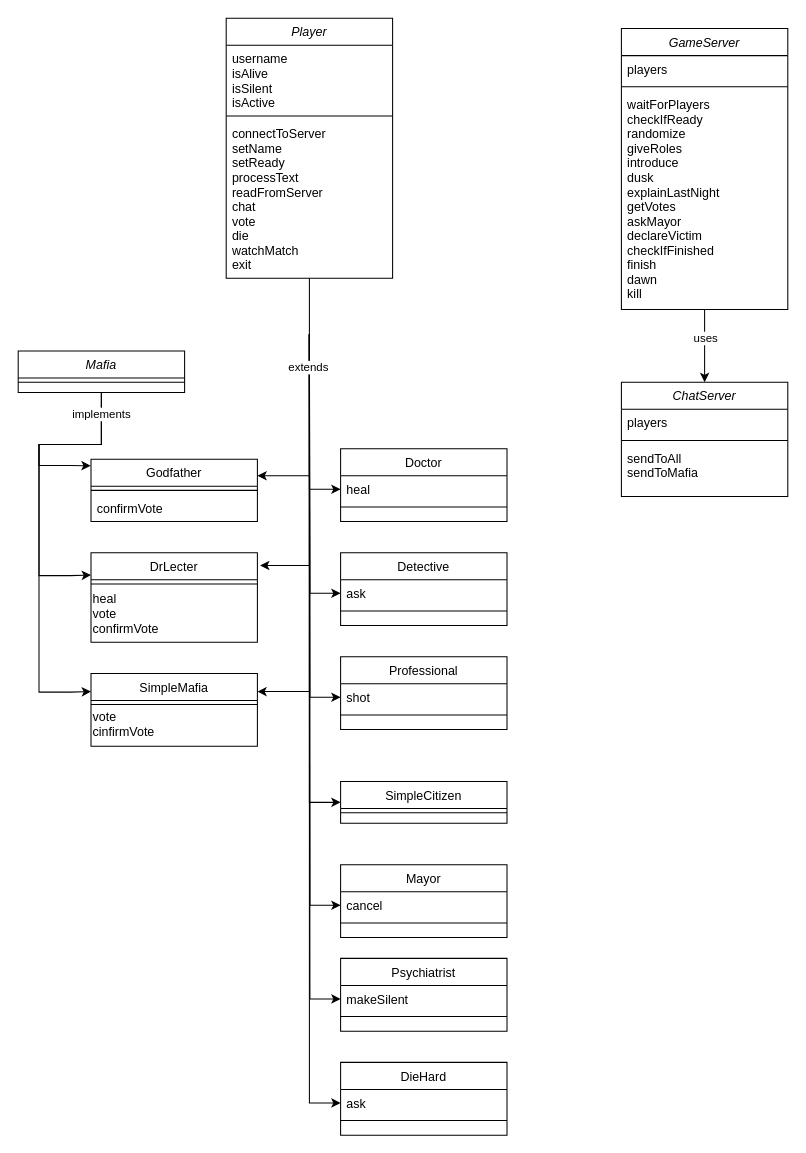
Above: Untitled Diagram.drawio in Taha-Elmi/Mafia (draw.io), before the change. Source tidied: cells renumbered, new cells numbered last; positions are measured from the earlier drawing's top-left corner, leaving out a move shared by most shapes. Both pictures are drawn from the tidied source at 104%, with x=0, y=0 at pixel (18, 18).
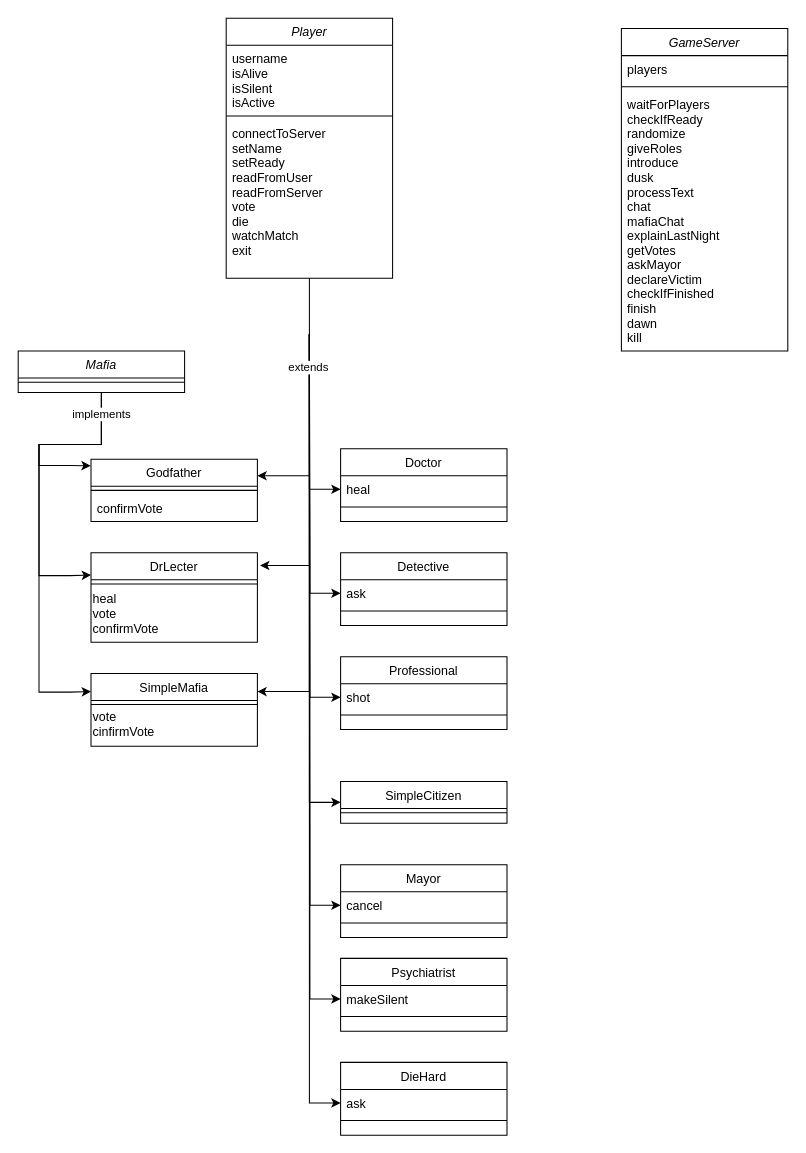
After the change.

Commit message:
processText has been moved to Server

Unchanged cells that the change refers to:
```xml
<mxCell id="2" value="Player" style="swimlane;fontStyle=2;align=center;verticalAlign=top;horizontal=1;startSize=26;rounded=0;shadow=0;strokeWidth=1;" parent="1" vertex="1">
  <mxGeometry x="200" width="160" height="250" as="geometry" />
</mxCell>
```

Change to the diagram source:
```diff
@@
-    <mxCell id="5" value="connectToServer&#10;setName&#10;setReady&#10;processText&#10;readFromServer&#10;chat&#10;vote&#10;die&#10;watchMatch&#10;exit" style="text;align=left;verticalAlign=top;spacingLeft=4;spacingRight=4;overflow=hidden;" parent="2" vertex="1">
+    <mxCell id="5" value="connectToServer&#10;setName&#10;setReady&#10;readFromUser&#10;readFromServer&#10;vote&#10;die&#10;watchMatch&#10;exit" style="text;align=left;verticalAlign=top;spacingLeft=4;spacingRight=4;overflow=hidden;" parent="2" vertex="1">
       <mxGeometry y="98" width="160" height="152" as="geometry" />
     </mxCell>
@@
-    <mxCell id="46" style="edgeStyle=orthogonalEdgeStyle;rounded=0;jettySize=auto;html=1;entryX=0.5;entryY=0;entryDx=0;entryDy=0;" parent="1" edge="1" source="48" target="52">
-      <mxGeometry relative="1" as="geometry" />
-    </mxCell>
-    <mxCell id="47" value="uses" style="edgeLabel;html=1;align=center;verticalAlign=middle;" parent="46" vertex="1">
-      <mxGeometry x="-0.23" relative="1" as="geometry" />
-    </mxCell>
     <mxCell id="48" value="GameServer" style="swimlane;fontStyle=2;align=center;verticalAlign=top;horizontal=1;startSize=26;rounded=0;shadow=0;strokeWidth=1;" parent="1" vertex="1">
-      <mxGeometry x="580" y="10" width="160" height="270" as="geometry" />
+      <mxGeometry x="580" y="10" width="160" height="310" as="geometry" />
     </mxCell>
@@
-    <mxCell id="51" value="waitForPlayers&#10;checkIfReady&#10;randomize&#10;giveRoles&#10;introduce&#10;dusk&#10;explainLastNight&#10;getVotes&#10;askMayor&#10;declareVictim&#10;checkIfFinished&#10;finish&#10;dawn&#10;kill" style="text;align=left;verticalAlign=top;spacingLeft=4;spacingRight=4;overflow=hidden;" parent="48" vertex="1">
-      <mxGeometry y="60" width="160" height="210" as="geometry" />
+    <mxCell id="51" value="waitForPlayers&#10;checkIfReady&#10;randomize&#10;giveRoles&#10;introduce&#10;dusk&#10;processText&#10;chat&#10;mafiaChat&#10;explainLastNight&#10;getVotes&#10;askMayor&#10;declareVictim&#10;checkIfFinished&#10;finish&#10;dawn&#10;kill" style="text;align=left;verticalAlign=top;spacingLeft=4;spacingRight=4;overflow=hidden;" parent="48" vertex="1">
+      <mxGeometry y="60" width="160" height="250" as="geometry" />
     </mxCell>
-    <mxCell id="52" value="ChatServer" style="swimlane;fontStyle=2;align=center;verticalAlign=top;horizontal=1;startSize=26;rounded=0;shadow=0;strokeWidth=1;" parent="1" vertex="1">
-      <mxGeometry x="580" y="350" width="160" height="110" as="geometry" />
-    </mxCell>
-    <mxCell id="53" value="players" style="text;align=left;verticalAlign=top;spacingLeft=4;spacingRight=4;overflow=hidden;" parent="52" vertex="1">
-      <mxGeometry y="26" width="160" height="26" as="geometry" />
-    </mxCell>
-    <mxCell id="54" style="line;html=1;strokeWidth=1;align=left;verticalAlign=middle;spacingTop=-1;spacingLeft=3;spacingRight=3;labelPosition=right;" parent="52" vertex="1">
-      <mxGeometry y="52" width="160" height="8" as="geometry" />
-    </mxCell>
-    <mxCell id="55" value="sendToAll&#10;sendToMafia" style="text;align=left;verticalAlign=top;spacingLeft=4;spacingRight=4;overflow=hidden;" parent="52" vertex="1">
-      <mxGeometry y="60" width="160" height="50" as="geometry" />
-    </mxCell>
```
